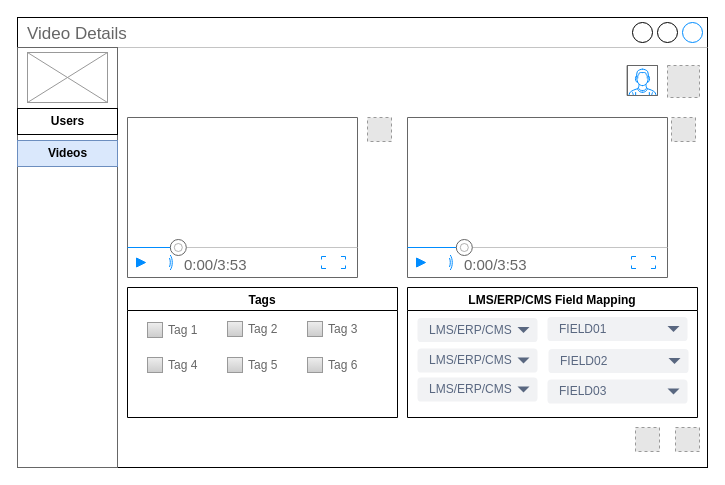
Earlier version of the draw.io diagram page "Admin/Reviewer - Video Detail" (9 of 9) of Untitled Diagram.drawio (wowarjuna/ivod). Source tidied: cells renumbered, new cells numbered last; positions are measured from the earlier drawing's top-left corner, leaving out a move shared by most shapes. Both pictures are drawn from the tidied source at 100%, with x=0, y=0 at pixel (17, 17). Pictures stored in the file or linked from it are replaced by grey dashed boxes.
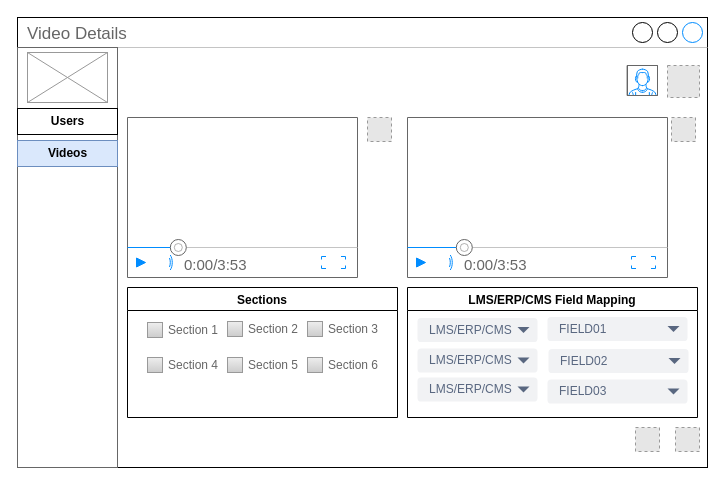
After the change.

What changed in the source:
```diff
@@
-    <mxCell id="9" value="Tags" style="swimlane;fontSize=12;align=center;" parent="1" vertex="1">
+    <mxCell id="9" value="Sections" style="swimlane;fontSize=12;align=center;" parent="1" vertex="1">
       <mxGeometry x="110" y="270" width="270" height="130" as="geometry" />
     </mxCell>
-    <mxCell id="10" value="Tag 1" style="strokeWidth=1;shadow=0;dashed=0;align=center;html=1;shape=mxgraph.mockup.forms.rrect;rSize=0;fillColor=#eeeeee;strokeColor=#999999;gradientColor=#cccccc;align=left;spacingLeft=4;fontSize=12;fontColor=#666666;labelPosition=right;" parent="9" vertex="1">
+    <mxCell id="10" value="Section 1" style="strokeWidth=1;shadow=0;dashed=0;align=center;html=1;shape=mxgraph.mockup.forms.rrect;rSize=0;fillColor=#eeeeee;strokeColor=#999999;gradientColor=#cccccc;align=left;spacingLeft=4;fontSize=12;fontColor=#666666;labelPosition=right;" parent="9" vertex="1">
       <mxGeometry x="20" y="35" width="15" height="15" as="geometry" />
     </mxCell>
-    <mxCell id="11" value="Tag 2" style="strokeWidth=1;shadow=0;dashed=0;align=center;html=1;shape=mxgraph.mockup.forms.rrect;rSize=0;fillColor=#eeeeee;strokeColor=#999999;gradientColor=#cccccc;align=left;spacingLeft=4;fontSize=12;fontColor=#666666;labelPosition=right;" parent="1" vertex="1">
+    <mxCell id="11" value="Section 2" style="strokeWidth=1;shadow=0;dashed=0;align=center;html=1;shape=mxgraph.mockup.forms.rrect;rSize=0;fillColor=#eeeeee;strokeColor=#999999;gradientColor=#cccccc;align=left;spacingLeft=4;fontSize=12;fontColor=#666666;labelPosition=right;" parent="1" vertex="1">
       <mxGeometry x="210" y="304" width="15" height="15" as="geometry" />
     </mxCell>
-    <mxCell id="12" value="Tag 3" style="strokeWidth=1;shadow=0;dashed=0;align=center;html=1;shape=mxgraph.mockup.forms.rrect;rSize=0;fillColor=#eeeeee;strokeColor=#999999;gradientColor=#cccccc;align=left;spacingLeft=4;fontSize=12;fontColor=#666666;labelPosition=right;" parent="1" vertex="1">
+    <mxCell id="12" value="Section 3" style="strokeWidth=1;shadow=0;dashed=0;align=center;html=1;shape=mxgraph.mockup.forms.rrect;rSize=0;fillColor=#eeeeee;strokeColor=#999999;gradientColor=#cccccc;align=left;spacingLeft=4;fontSize=12;fontColor=#666666;labelPosition=right;" parent="1" vertex="1">
       <mxGeometry x="290" y="304" width="15" height="15" as="geometry" />
     </mxCell>
-    <mxCell id="13" value="Tag 4" style="strokeWidth=1;shadow=0;dashed=0;align=center;html=1;shape=mxgraph.mockup.forms.rrect;rSize=0;fillColor=#eeeeee;strokeColor=#999999;gradientColor=#cccccc;align=left;spacingLeft=4;fontSize=12;fontColor=#666666;labelPosition=right;" parent="1" vertex="1">
+    <mxCell id="13" value="Section 4" style="strokeWidth=1;shadow=0;dashed=0;align=center;html=1;shape=mxgraph.mockup.forms.rrect;rSize=0;fillColor=#eeeeee;strokeColor=#999999;gradientColor=#cccccc;align=left;spacingLeft=4;fontSize=12;fontColor=#666666;labelPosition=right;" parent="1" vertex="1">
       <mxGeometry x="130" y="340" width="15" height="15" as="geometry" />
     </mxCell>
-    <mxCell id="14" value="Tag 5" style="strokeWidth=1;shadow=0;dashed=0;align=center;html=1;shape=mxgraph.mockup.forms.rrect;rSize=0;fillColor=#eeeeee;strokeColor=#999999;gradientColor=#cccccc;align=left;spacingLeft=4;fontSize=12;fontColor=#666666;labelPosition=right;" parent="1" vertex="1">
+    <mxCell id="14" value="Section 5" style="strokeWidth=1;shadow=0;dashed=0;align=center;html=1;shape=mxgraph.mockup.forms.rrect;rSize=0;fillColor=#eeeeee;strokeColor=#999999;gradientColor=#cccccc;align=left;spacingLeft=4;fontSize=12;fontColor=#666666;labelPosition=right;" parent="1" vertex="1">
       <mxGeometry x="210" y="340" width="15" height="15" as="geometry" />
     </mxCell>
-    <mxCell id="15" value="Tag 6" style="strokeWidth=1;shadow=0;dashed=0;align=center;html=1;shape=mxgraph.mockup.forms.rrect;rSize=0;fillColor=#eeeeee;strokeColor=#999999;gradientColor=#cccccc;align=left;spacingLeft=4;fontSize=12;fontColor=#666666;labelPosition=right;" parent="1" vertex="1">
+    <mxCell id="15" value="Section 6" style="strokeWidth=1;shadow=0;dashed=0;align=center;html=1;shape=mxgraph.mockup.forms.rrect;rSize=0;fillColor=#eeeeee;strokeColor=#999999;gradientColor=#cccccc;align=left;spacingLeft=4;fontSize=12;fontColor=#666666;labelPosition=right;" parent="1" vertex="1">
       <mxGeometry x="290" y="340" width="15" height="15" as="geometry" />
     </mxCell>
```
